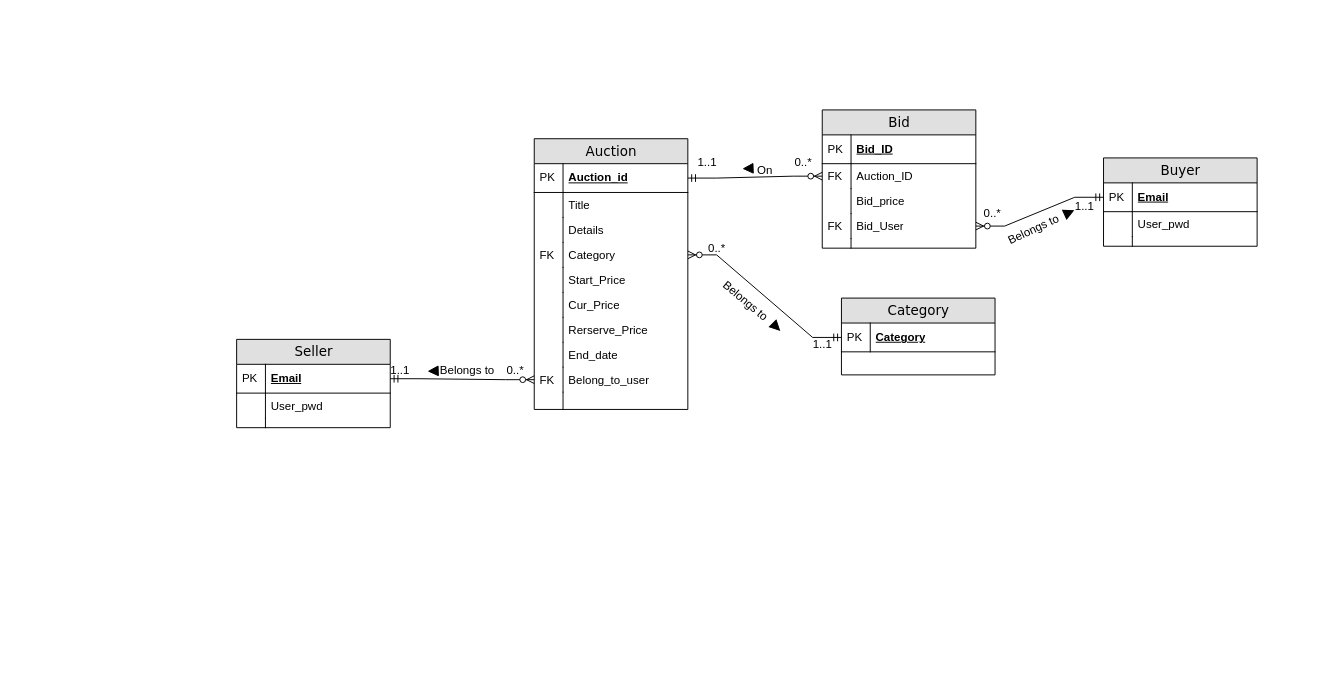
The draw.io diagram Untitled Diagram.drawio in Melo-Melon/git_file, before the edit. Source tidied: cells renumbered, new cells numbered last; positions are measured from the earlier drawing's top-left corner, leaving out a move shared by most shapes. Both pictures are drawn from the tidied source at 96%, with x=0, y=0 at pixel (236, 80).
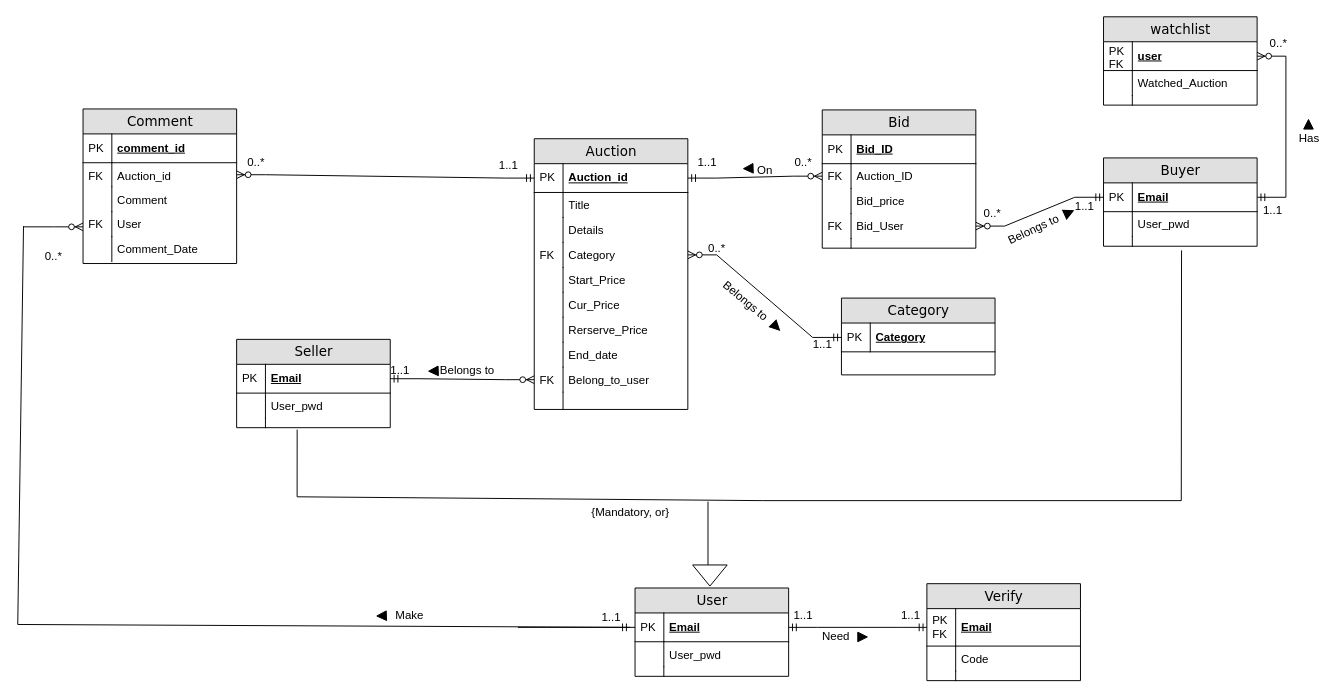
The same diagram, later.

Unchanged cells that the change refers to:
```xml
<mxCell id="3" value="Auction_id" style="shape=partialRectangle;top=0;left=0;right=0;bottom=1;html=1;align=left;verticalAlign=middle;fillColor=none;spacingLeft=34;spacingRight=4;whiteSpace=wrap;overflow=hidden;points=[[0,0.5],[1,0.5]];portConstraint=eastwest;fontStyle=5;" parent="2" vertex="1">
  <mxGeometry y="26" width="160" height="30" as="geometry" />
</mxCell>
<mxCell id="35" value="Email" style="shape=partialRectangle;top=0;left=0;right=0;bottom=1;html=1;align=left;verticalAlign=middle;fillColor=none;spacingLeft=34;spacingRight=4;whiteSpace=wrap;overflow=hidden;points=[[0,0.5],[1,0.5]];portConstraint=eastwest;fontStyle=5;" parent="34" vertex="1">
  <mxGeometry y="26" width="160" height="30" as="geometry" />
</mxCell>
<mxCell id="39" style="shape=partialRectangle;top=0;left=0;right=0;bottom=0;html=1;align=left;verticalAlign=top;fillColor=none;spacingLeft=34;spacingRight=4;whiteSpace=wrap;overflow=hidden;points=[[0,0.5],[1,0.5]];portConstraint=eastwest;" parent="34" vertex="1">
  <mxGeometry y="82" width="160" height="10" as="geometry" />
</mxCell>
<mxCell id="46" style="shape=partialRectangle;top=0;left=0;right=0;bottom=0;html=1;align=left;verticalAlign=top;fillColor=none;spacingLeft=34;spacingRight=4;whiteSpace=wrap;overflow=hidden;points=[[0,0.5],[1,0.5]];portConstraint=eastwest;" parent="41" vertex="1">
  <mxGeometry y="82" width="160" height="10" as="geometry" />
</mxCell>
```

What changed in the source:
```diff
@@
     <mxCell id="54" value="0..*" style="text;html=1;align=center;verticalAlign=middle;strokeColor=none;fillColor=none;" parent="1" vertex="1">
-      <mxGeometry x="270" y="288" width="40" height="30" as="geometry" />
+      <mxGeometry y="71" width="40" height="30" as="geometry" />
     </mxCell>
@@
+    <mxCell id="71" value="User" style="swimlane;html=1;fontStyle=0;horizontal=1;startSize=26;fillColor=#e0e0e0;swimlaneFillColor=#ffffff;align=center;rounded=0;shadow=0;comic=0;labelBackgroundColor=none;strokeWidth=1;fontFamily=Verdana;fontSize=14;" parent="1" vertex="1">
+      <mxGeometry x="415" y="529" width="160" height="92" as="geometry" />
+    </mxCell>
+    <mxCell id="72" value="Email" style="shape=partialRectangle;top=0;left=0;right=0;bottom=1;html=1;align=left;verticalAlign=middle;fillColor=none;spacingLeft=34;spacingRight=4;whiteSpace=wrap;overflow=hidden;points=[[0,0.5],[1,0.5]];portConstraint=eastwest;fontStyle=5;" parent="71" vertex="1">
+      <mxGeometry y="26" width="160" height="30" as="geometry" />
+    </mxCell>
+    <mxCell id="73" value="PK" style="shape=partialRectangle;top=0;left=0;bottom=0;html=1;fillColor=none;align=left;verticalAlign=middle;spacingLeft=4;spacingRight=4;whiteSpace=wrap;overflow=hidden;" parent="72" vertex="1">
+      <mxGeometry width="30" height="30" as="geometry" />
+    </mxCell>
+    <mxCell id="74" value="User_pwd" style="shape=partialRectangle;top=0;left=0;right=0;bottom=0;html=1;align=left;verticalAlign=top;fillColor=none;spacingLeft=34;spacingRight=4;whiteSpace=wrap;overflow=hidden;" parent="71" vertex="1">
+      <mxGeometry y="56" width="160" height="26" as="geometry" />
+    </mxCell>
+    <mxCell id="75" style="shape=partialRectangle;top=0;left=0;bottom=0;html=1;fillColor=none;align=left;verticalAlign=top;spacingLeft=4;spacingRight=4;whiteSpace=wrap;overflow=hidden;" parent="74" vertex="1">
+      <mxGeometry width="30" height="26" as="geometry" />
+    </mxCell>
+    <mxCell id="76" style="shape=partialRectangle;top=0;left=0;right=0;bottom=0;html=1;align=left;verticalAlign=top;fillColor=none;spacingLeft=34;spacingRight=4;whiteSpace=wrap;overflow=hidden;" parent="71" vertex="1">
+      <mxGeometry y="82" width="160" height="10" as="geometry" />
+    </mxCell>
+    <mxCell id="77" style="shape=partialRectangle;top=0;left=0;bottom=0;html=1;fillColor=none;align=left;verticalAlign=top;spacingLeft=4;spacingRight=4;whiteSpace=wrap;overflow=hidden;" parent="76" vertex="1">
+      <mxGeometry width="30" height="10" as="geometry" />
+    </mxCell>
+    <mxCell id="78" style="endArrow=none;html=1;rounded=0;exitX=0.394;exitY=1.2;exitDx=0;exitDy=0;exitPerimeter=0;entryX=0.508;entryY=1.433;entryDx=0;entryDy=0;entryPerimeter=0;" parent="1" edge="1" source="46" target="39">
+      <mxGeometry relative="1" as="geometry">
+        <Array as="points">
+          <mxPoint x="63" y="434" />
+          <mxPoint x="548" y="438" />
+          <mxPoint x="984" y="438" />
+        </Array>
+      </mxGeometry>
+    </mxCell>
+    <mxCell id="79" style="endArrow=none;html=1;rounded=0;" parent="1" edge="1">
+      <mxGeometry relative="1" as="geometry">
+        <mxPoint x="491" y="505" as="sourcePoint" />
+        <mxPoint x="491" y="439" as="targetPoint" />
+      </mxGeometry>
+    </mxCell>
+    <mxCell id="80" style="triangle;whiteSpace=wrap;html=1;rotation=90;" parent="1" vertex="1">
+      <mxGeometry x="482" y="498" width="22" height="36" as="geometry" />
+    </mxCell>
+    <mxCell id="81" value="{Mandatory, or}" style="text;html=1;align=center;verticalAlign=middle;strokeColor=none;fillColor=none;" parent="1" vertex="1">
+      <mxGeometry x="360" y="438" width="99" height="26" as="geometry" />
+    </mxCell>
+    <mxCell id="82" value="Verify" style="swimlane;html=1;fontStyle=0;horizontal=1;startSize=26;fillColor=#e0e0e0;swimlaneFillColor=#ffffff;align=center;rounded=0;shadow=0;comic=0;labelBackgroundColor=none;strokeWidth=1;fontFamily=Verdana;fontSize=14;" parent="1" vertex="1">
+      <mxGeometry x="719" y="524.5" width="160" height="101" as="geometry" />
+    </mxCell>
+    <mxCell id="83" value="Email" style="shape=partialRectangle;top=0;left=0;right=0;bottom=1;html=1;align=left;verticalAlign=middle;fillColor=none;spacingLeft=34;spacingRight=4;whiteSpace=wrap;overflow=hidden;points=[[0,0.5],[1,0.5]];portConstraint=eastwest;fontStyle=5;" parent="82" vertex="1">
+      <mxGeometry y="26" width="160" height="39" as="geometry" />
+    </mxCell>
+    <mxCell id="84" value="PK&lt;br&gt;FK" style="shape=partialRectangle;top=0;left=0;bottom=0;html=1;fillColor=none;align=left;verticalAlign=middle;spacingLeft=4;spacingRight=4;whiteSpace=wrap;overflow=hidden;" parent="83" vertex="1">
+      <mxGeometry width="30" height="39" as="geometry" />
+    </mxCell>
+    <mxCell id="85" value="Code" style="shape=partialRectangle;top=0;left=0;right=0;bottom=0;html=1;align=left;verticalAlign=top;fillColor=none;spacingLeft=34;spacingRight=4;whiteSpace=wrap;overflow=hidden;" parent="82" vertex="1">
+      <mxGeometry y="65" width="160" height="26" as="geometry" />
+    </mxCell>
+    <mxCell id="86" style="shape=partialRectangle;top=0;left=0;bottom=0;html=1;fillColor=none;align=left;verticalAlign=top;spacingLeft=4;spacingRight=4;whiteSpace=wrap;overflow=hidden;" parent="85" vertex="1">
+      <mxGeometry width="30" height="26" as="geometry" />
+    </mxCell>
+    <mxCell id="87" style="shape=partialRectangle;top=0;left=0;right=0;bottom=0;html=1;align=left;verticalAlign=top;fillColor=none;spacingLeft=34;spacingRight=4;whiteSpace=wrap;overflow=hidden;" parent="82" vertex="1">
+      <mxGeometry y="91" width="160" height="10" as="geometry" />
+    </mxCell>
+    <mxCell id="88" style="shape=partialRectangle;top=0;left=0;bottom=0;html=1;fillColor=none;align=left;verticalAlign=top;spacingLeft=4;spacingRight=4;whiteSpace=wrap;overflow=hidden;" parent="87" vertex="1">
+      <mxGeometry width="30" height="10" as="geometry" />
+    </mxCell>
+    <mxCell id="89" style="edgeStyle=entityRelationEdgeStyle;fontSize=12;html=1;endArrow=ERmandOne;startArrow=ERmandOne;rounded=0;entryX=0;entryY=0.5;entryDx=0;entryDy=0;exitX=1;exitY=0.5;exitDx=0;exitDy=0;" parent="1" edge="1" source="72" target="83">
+      <mxGeometry relative="1" as="geometry" />
+    </mxCell>
+    <mxCell id="90" value="1..1" style="text;html=1;align=center;verticalAlign=middle;strokeColor=none;fillColor=none;" parent="1" vertex="1">
+      <mxGeometry x="570" y="543" width="40" height="30" as="geometry" />
+    </mxCell>
+    <mxCell id="91" value="1..1" style="text;html=1;align=center;verticalAlign=middle;strokeColor=none;fillColor=none;" parent="1" vertex="1">
+      <mxGeometry x="682" y="543" width="40" height="30" as="geometry" />
+    </mxCell>
+    <mxCell id="92" value="Need" style="text;html=1;align=center;verticalAlign=middle;strokeColor=none;fillColor=none;" parent="1" vertex="1">
+      <mxGeometry x="600" y="567" width="47" height="26" as="geometry" />
+    </mxCell>
+    <mxCell id="93" style="triangle;whiteSpace=wrap;html=1;fillColor=#000000;rotation=0;" parent="1" vertex="1">
+      <mxGeometry x="647" y="575" width="10" height="10" as="geometry" />
+    </mxCell>
+    <mxCell id="94" value="Comment" style="swimlane;html=1;fontStyle=0;horizontal=1;startSize=26;fillColor=#e0e0e0;swimlaneFillColor=#ffffff;align=center;rounded=0;shadow=0;comic=0;labelBackgroundColor=none;strokeWidth=1;fontFamily=Verdana;fontSize=14;swimlaneLine=1;" parent="1" vertex="1">
+      <mxGeometry x="-160" y="30" width="160" height="161" as="geometry" />
+    </mxCell>
+    <mxCell id="95" value="comment_id" style="shape=partialRectangle;top=0;left=0;right=0;bottom=1;html=1;align=left;verticalAlign=middle;fillColor=none;spacingLeft=34;spacingRight=4;whiteSpace=wrap;overflow=hidden;fontStyle=5;" parent="94" vertex="1">
+      <mxGeometry y="26" width="160" height="30" as="geometry" />
+    </mxCell>
+    <mxCell id="96" value="PK" style="shape=partialRectangle;top=0;left=0;bottom=0;html=1;fillColor=none;align=left;verticalAlign=middle;spacingLeft=4;spacingRight=4;whiteSpace=wrap;overflow=hidden;" parent="95" vertex="1">
+      <mxGeometry width="30" height="30" as="geometry" />
+    </mxCell>
+    <mxCell id="97" value="Auction_id" style="shape=partialRectangle;top=0;left=0;right=0;bottom=0;html=1;align=left;verticalAlign=top;fillColor=none;spacingLeft=34;spacingRight=4;whiteSpace=wrap;overflow=hidden;points=[[0,0.5],[1,0.5]];portConstraint=eastwest;" parent="94" vertex="1">
+      <mxGeometry y="56" width="160" height="25" as="geometry" />
+    </mxCell>
+    <mxCell id="98" value="FK" style="shape=partialRectangle;top=0;left=0;bottom=0;html=1;fillColor=none;align=left;verticalAlign=top;spacingLeft=4;spacingRight=4;whiteSpace=wrap;overflow=hidden;" parent="97" vertex="1">
+      <mxGeometry width="30" height="25" as="geometry" />
+    </mxCell>
+    <mxCell id="99" value="Comment" style="shape=partialRectangle;top=0;left=0;right=0;bottom=0;html=1;align=left;verticalAlign=top;fillColor=none;spacingLeft=34;spacingRight=4;whiteSpace=wrap;overflow=hidden;" parent="94" vertex="1">
+      <mxGeometry y="81" width="160" height="26" as="geometry" />
+    </mxCell>
+    <mxCell id="100" style="shape=partialRectangle;top=0;left=0;bottom=0;html=1;fillColor=none;align=left;verticalAlign=top;spacingLeft=4;spacingRight=4;whiteSpace=wrap;overflow=hidden;" parent="99" vertex="1">
+      <mxGeometry width="30" height="26" as="geometry" />
+    </mxCell>
+    <mxCell id="101" value="User" style="shape=partialRectangle;top=0;left=0;right=0;bottom=0;html=1;align=left;verticalAlign=top;fillColor=none;spacingLeft=34;spacingRight=4;whiteSpace=wrap;overflow=hidden;" parent="94" vertex="1">
+      <mxGeometry y="107" width="160" height="26" as="geometry" />
+    </mxCell>
+    <mxCell id="102" value="FK" style="shape=partialRectangle;top=0;left=0;bottom=0;html=1;fillColor=none;align=left;verticalAlign=top;spacingLeft=4;spacingRight=4;whiteSpace=wrap;overflow=hidden;" parent="101" vertex="1">
+      <mxGeometry width="30" height="26" as="geometry" />
+    </mxCell>
+    <mxCell id="103" value="Comment_Date" style="shape=partialRectangle;top=0;left=0;right=0;bottom=0;html=1;align=left;verticalAlign=top;fillColor=none;spacingLeft=34;spacingRight=4;whiteSpace=wrap;overflow=hidden;" parent="94" vertex="1">
+      <mxGeometry y="133" width="160" height="26" as="geometry" />
+    </mxCell>
+    <mxCell id="104" style="shape=partialRectangle;top=0;left=0;bottom=0;html=1;fillColor=none;align=left;verticalAlign=top;spacingLeft=4;spacingRight=4;whiteSpace=wrap;overflow=hidden;" parent="103" vertex="1">
+      <mxGeometry width="30" height="26" as="geometry" />
+    </mxCell>
+    <mxCell id="105" style="edgeStyle=entityRelationEdgeStyle;fontSize=12;html=1;endArrow=ERzeroToMany;startArrow=ERmandOne;rounded=0;entryX=1;entryY=0.5;entryDx=0;entryDy=0;exitX=0;exitY=0.5;exitDx=0;exitDy=0;" parent="1" edge="1" source="3" target="97">
+      <mxGeometry relative="1" as="geometry" />
+    </mxCell>
+    <mxCell id="106" value="1..1" style="text;html=1;align=center;verticalAlign=middle;strokeColor=none;fillColor=none;" parent="1" vertex="1">
+      <mxGeometry x="263" y="74" width="40" height="30" as="geometry" />
+    </mxCell>
+    <mxCell id="107" style="edgeStyle=entityRelationEdgeStyle;fontSize=12;html=1;endArrow=ERzeroToMany;endFill=1;rounded=0;" parent="1" edge="1">
+      <mxGeometry relative="1" as="geometry">
+        <mxPoint x="-222" y="152.8" as="sourcePoint" />
+        <mxPoint x="-160" y="152.8" as="targetPoint" />
+      </mxGeometry>
+    </mxCell>
+    <mxCell id="108" style="endArrow=none;html=1;rounded=0;entryX=0;entryY=0.5;entryDx=0;entryDy=0;" parent="1" edge="1" target="72">
+      <mxGeometry relative="1" as="geometry">
+        <mxPoint x="-222" y="152" as="sourcePoint" />
+        <Array as="points">
+          <mxPoint x="-228" y="567" />
+        </Array>
+      </mxGeometry>
+    </mxCell>
+    <mxCell id="109" style="edgeStyle=entityRelationEdgeStyle;fontSize=12;html=1;endArrow=ERmandOne;rounded=0;" parent="1" edge="1">
+      <mxGeometry relative="1" as="geometry">
+        <mxPoint x="293" y="570" as="sourcePoint" />
+        <mxPoint x="410" y="570" as="targetPoint" />
+      </mxGeometry>
+    </mxCell>
+    <mxCell id="110" value="0..*" style="text;html=1;align=center;verticalAlign=middle;strokeColor=none;fillColor=none;" parent="1" vertex="1">
+      <mxGeometry x="-211" y="169" width="40" height="30" as="geometry" />
+    </mxCell>
+    <mxCell id="111" value="1..1" style="text;html=1;align=center;verticalAlign=middle;strokeColor=none;fillColor=none;" parent="1" vertex="1">
+      <mxGeometry x="370" y="545" width="40" height="30" as="geometry" />
+    </mxCell>
+    <mxCell id="112" style="triangle;whiteSpace=wrap;html=1;fillColor=#000000;rotation=-182;" parent="1" vertex="1">
+      <mxGeometry x="146" y="553" width="10" height="10" as="geometry" />
+    </mxCell>
+    <mxCell id="113" value="Make" style="text;html=1;align=center;verticalAlign=middle;strokeColor=none;fillColor=none;" parent="1" vertex="1">
+      <mxGeometry x="156" y="545" width="47" height="26" as="geometry" />
+    </mxCell>
+    <mxCell id="114" value="watchlist" style="swimlane;html=1;fontStyle=0;horizontal=1;startSize=26;fillColor=#e0e0e0;swimlaneFillColor=#ffffff;align=center;rounded=0;shadow=0;comic=0;labelBackgroundColor=none;strokeWidth=1;fontFamily=Verdana;fontSize=14;" parent="1" vertex="1">
+      <mxGeometry x="903" y="-66" width="160" height="92" as="geometry" />
+    </mxCell>
+    <mxCell id="115" value="user" style="shape=partialRectangle;top=0;left=0;right=0;bottom=1;html=1;align=left;verticalAlign=middle;fillColor=none;spacingLeft=34;spacingRight=4;whiteSpace=wrap;overflow=hidden;points=[[0,0.5],[1,0.5]];portConstraint=eastwest;fontStyle=5;" parent="114" vertex="1">
+      <mxGeometry y="26" width="160" height="30" as="geometry" />
+    </mxCell>
+    <mxCell id="116" value="PK&lt;br&gt;FK" style="shape=partialRectangle;top=0;left=0;bottom=0;html=1;fillColor=none;align=left;verticalAlign=middle;spacingLeft=4;spacingRight=4;whiteSpace=wrap;overflow=hidden;" parent="115" vertex="1">
+      <mxGeometry width="30" height="30" as="geometry" />
+    </mxCell>
+    <mxCell id="117" value="Watched_Auction" style="shape=partialRectangle;top=0;left=0;right=0;bottom=0;html=1;align=left;verticalAlign=top;fillColor=none;spacingLeft=34;spacingRight=4;whiteSpace=wrap;overflow=hidden;" parent="114" vertex="1">
+      <mxGeometry y="56" width="160" height="26" as="geometry" />
+    </mxCell>
+    <mxCell id="118" style="shape=partialRectangle;top=0;left=0;bottom=0;html=1;fillColor=none;align=left;verticalAlign=top;spacingLeft=4;spacingRight=4;whiteSpace=wrap;overflow=hidden;" parent="117" vertex="1">
+      <mxGeometry width="30" height="26" as="geometry" />
+    </mxCell>
+    <mxCell id="119" style="shape=partialRectangle;top=0;left=0;right=0;bottom=0;html=1;align=left;verticalAlign=top;fillColor=none;spacingLeft=34;spacingRight=4;whiteSpace=wrap;overflow=hidden;" parent="114" vertex="1">
+      <mxGeometry y="82" width="160" height="10" as="geometry" />
+    </mxCell>
+    <mxCell id="120" style="shape=partialRectangle;top=0;left=0;bottom=0;html=1;fillColor=none;align=left;verticalAlign=top;spacingLeft=4;spacingRight=4;whiteSpace=wrap;overflow=hidden;" parent="119" vertex="1">
+      <mxGeometry width="30" height="10" as="geometry" />
+    </mxCell>
+    <mxCell id="121" style="edgeStyle=entityRelationEdgeStyle;fontSize=12;html=1;endArrow=ERzeroToMany;startArrow=ERmandOne;rounded=0;exitX=1;exitY=0.5;exitDx=0;exitDy=0;entryX=1;entryY=0.5;entryDx=0;entryDy=0;" parent="1" edge="1" source="35" target="115">
+      <mxGeometry relative="1" as="geometry" />
+    </mxCell>
+    <mxCell id="122" value="0..*" style="text;html=1;align=center;verticalAlign=middle;strokeColor=none;fillColor=none;" parent="1" vertex="1">
+      <mxGeometry x="1065" y="-53" width="40" height="30" as="geometry" />
+    </mxCell>
+    <mxCell id="123" value="1..1" style="text;html=1;align=center;verticalAlign=middle;strokeColor=none;fillColor=none;" parent="1" vertex="1">
+      <mxGeometry x="1059" y="121" width="40" height="30" as="geometry" />
+    </mxCell>
+    <mxCell id="124" value="Has" style="text;html=1;align=center;verticalAlign=middle;strokeColor=none;fillColor=none;" parent="1" vertex="1">
+      <mxGeometry x="1097" y="48" width="39" height="26" as="geometry" />
+    </mxCell>
+    <mxCell id="125" style="triangle;whiteSpace=wrap;html=1;fillColor=#000000;rotation=-90;" parent="1" vertex="1">
+      <mxGeometry x="1111.5" y="41" width="10" height="10" as="geometry" />
+    </mxCell>
```
